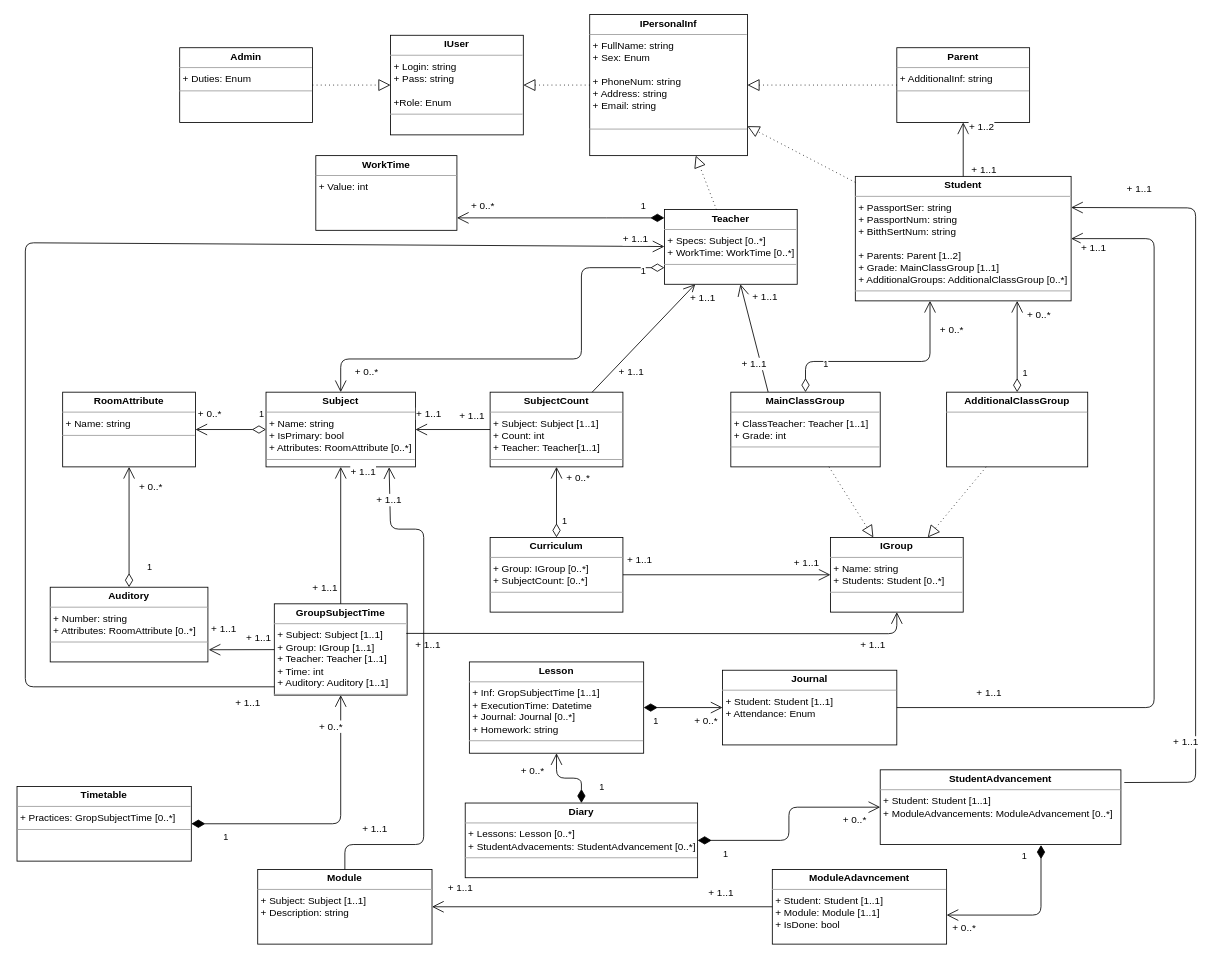
Above: EF-1.drawio in Timur-Faskhutdinov/E-education_TF (draw.io), before the change. Source tidied: cells renumbered, new cells numbered last; positions are measured from the earlier drawing's top-left corner, leaving out a move shared by most shapes. Both pictures are drawn from the tidied source at 83%, with x=0, y=0 at pixel (17, 14).
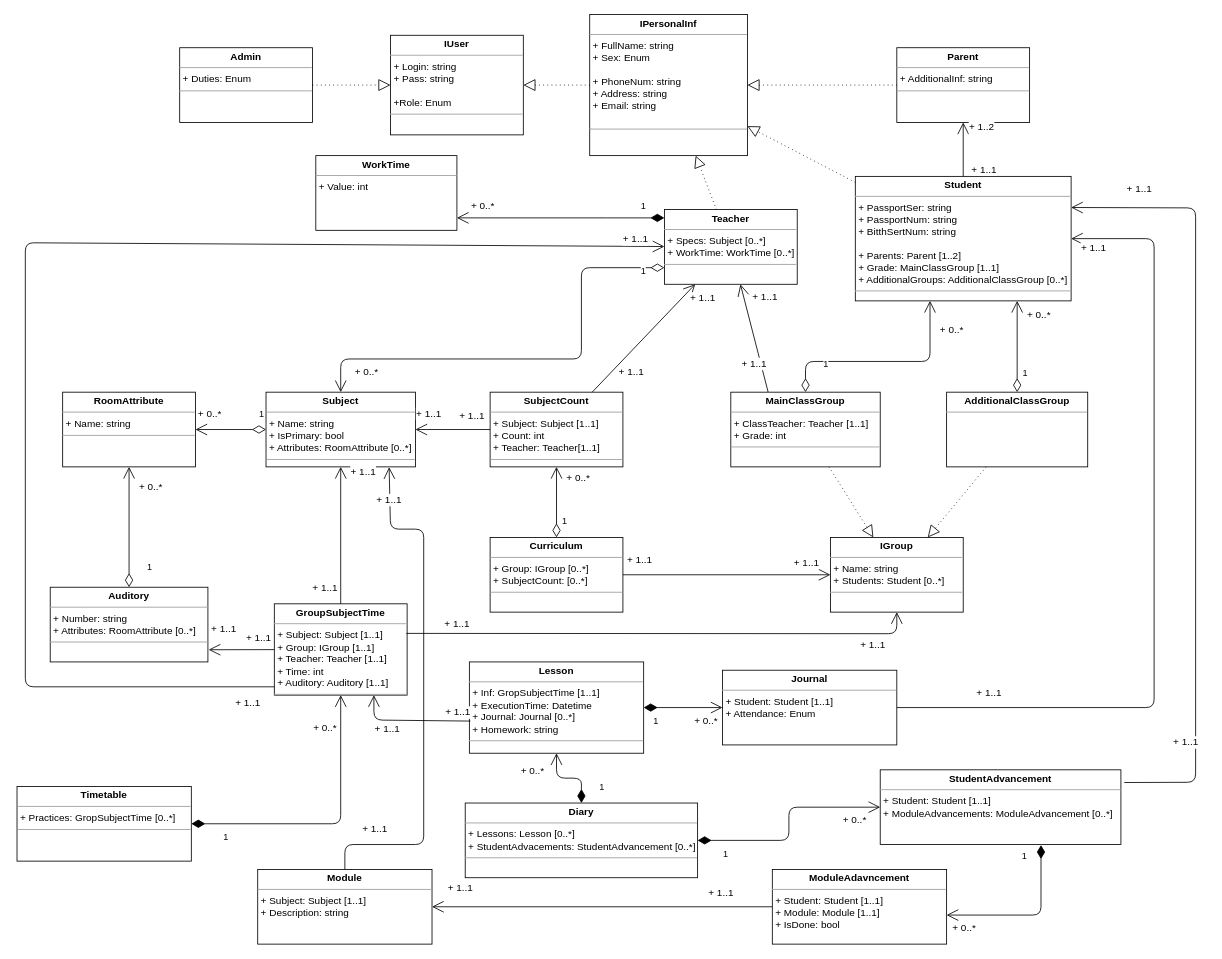
Above is the later version.

Commit message:
fix missed links

Unchanged cells that the change refers to:
```xml
<mxCell id="44" value="&lt;p style=&quot;margin: 0px ; margin-top: 4px ; text-align: center&quot;&gt;&lt;b&gt;GroupSubjectTime&lt;/b&gt;&lt;/p&gt;&lt;hr size=&quot;1&quot;&gt;&lt;p style=&quot;margin: 0px ; margin-left: 4px&quot;&gt;+ Subject: Subject [1..1]&lt;br&gt;&lt;/p&gt;&lt;p style=&quot;margin: 0px ; margin-left: 4px&quot;&gt;+ Group: IGroup [1..1]&lt;/p&gt;&lt;p style=&quot;margin: 0px ; margin-left: 4px&quot;&gt;+ Teacher: Teacher [1..1]&lt;/p&gt;&lt;p style=&quot;margin: 0px ; margin-left: 4px&quot;&gt;+ Time: int&lt;/p&gt;&lt;p style=&quot;margin: 0px ; margin-left: 4px&quot;&gt;+ Auditory: Auditory [1..1]&lt;/p&gt;&lt;hr size=&quot;1&quot;&gt;&lt;p style=&quot;margin: 0px ; margin-left: 4px&quot;&gt;&lt;br&gt;&lt;/p&gt;" style="verticalAlign=top;align=left;overflow=fill;fontSize=12;fontFamily=Helvetica;html=1;" parent="1" vertex="1">
  <mxGeometry x="310" y="710" width="160" height="110" as="geometry" />
</mxCell>
<mxCell id="48" value="1" style="endArrow=open;html=1;endSize=12;startArrow=diamondThin;startSize=14;startFill=1;edgeStyle=orthogonalEdgeStyle;align=left;verticalAlign=bottom;" parent="1" edge="1" source="28" target="44">
  <mxGeometry x="-0.78" y="-25" relative="1" as="geometry">
    <Array as="points">
      <mxPoint x="390" y="975" />
    </Array>
  </mxGeometry>
</mxCell>
<mxCell id="50" style="endArrow=open;endFill=1;endSize=12;html=1;exitX=0.994;exitY=0.324;exitDx=0;exitDy=0;exitPerimeter=0;" parent="1" edge="1" source="44" target="29">
  <mxGeometry relative="1" as="geometry">
    <Array as="points">
      <mxPoint x="1060" y="746" />
    </Array>
  </mxGeometry>
</mxCell>
<mxCell id="71" value="&lt;p style=&quot;margin: 0px ; margin-top: 4px ; text-align: center&quot;&gt;&lt;b&gt;Lesson&lt;/b&gt;&lt;/p&gt;&lt;hr size=&quot;1&quot;&gt;&lt;p style=&quot;margin: 0px ; margin-left: 4px&quot;&gt;+ Inf: GropSubjectTime [1..1]&lt;br&gt;&lt;/p&gt;&lt;p style=&quot;margin: 0px ; margin-left: 4px&quot;&gt;+ ExecutionTime: Datetime&lt;/p&gt;&lt;p style=&quot;margin: 0px ; margin-left: 4px&quot;&gt;+ Journal: Journal [0..*]&amp;nbsp;&lt;/p&gt;&lt;p style=&quot;margin: 0px ; margin-left: 4px&quot;&gt;&lt;span&gt;+ Homework: string&lt;/span&gt;&lt;/p&gt;&lt;hr size=&quot;1&quot;&gt;&lt;p style=&quot;margin: 0px ; margin-left: 4px&quot;&gt;&lt;br&gt;&lt;/p&gt;" style="verticalAlign=top;align=left;overflow=fill;fontSize=12;fontFamily=Helvetica;html=1;" parent="1" vertex="1">
  <mxGeometry x="545" y="780" width="210" height="110" as="geometry" />
</mxCell>
```

Diff of the diagram source:
```diff
@@
     <mxCell id="49" value="+ 0..*" style="text;html=1;align=center;verticalAlign=middle;labelBackgroundColor=#ffffff;" parent="48" vertex="1">
       <mxGeometry x="0.86" y="-1" relative="1" as="geometry">
-        <mxPoint x="-14" y="14" as="offset" />
+        <mxPoint x="-21" y="16" as="offset" />
       </mxGeometry>
     </mxCell>
@@
     <mxCell id="52" value="+ 1..1&lt;br&gt;" style="text;html=1;align=center;verticalAlign=middle;labelBackgroundColor=#ffffff;" parent="50" vertex="1">
       <mxGeometry x="-0.75" y="1" relative="1" as="geometry">
-        <mxPoint x="-52" y="15" as="offset" />
+        <mxPoint x="-17" y="-10" as="offset" />
       </mxGeometry>
     </mxCell>
@@
+    <mxCell id="96" style="endArrow=open;endFill=1;endSize=12;html=1;entryX=0.75;entryY=1;entryDx=0;entryDy=0;exitX=0.006;exitY=0.648;exitDx=0;exitDy=0;exitPerimeter=0;" parent="1" edge="1" source="71" target="44">
+      <mxGeometry relative="1" as="geometry">
+        <Array as="points">
+          <mxPoint x="430" y="850" />
+        </Array>
+      </mxGeometry>
+    </mxCell>
+    <mxCell id="97" value="+ 1..1&lt;br&gt;" style="text;html=1;align=center;verticalAlign=middle;labelBackgroundColor=#ffffff;" parent="96" vertex="1">
+      <mxGeometry x="0.81" y="-4" relative="1" as="geometry">
+        <mxPoint x="11" y="26" as="offset" />
+      </mxGeometry>
+    </mxCell>
+    <mxCell id="98" value="+ 1..1&lt;br&gt;" style="text;html=1;align=center;verticalAlign=middle;labelBackgroundColor=#ffffff;" parent="96" vertex="1">
+      <mxGeometry x="-0.75" y="1" relative="1" as="geometry">
+        <mxPoint x="2" y="-12" as="offset" />
+      </mxGeometry>
+    </mxCell>
```
